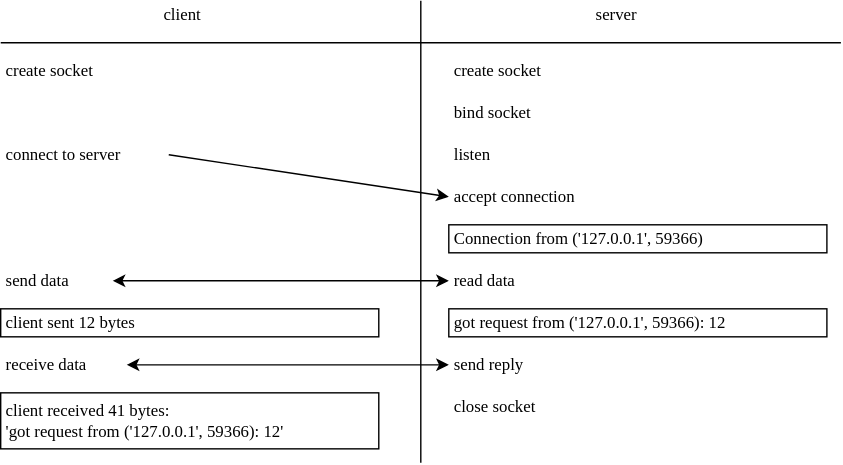
The draw.io diagram sdxpy/ftp/interaction.svg in gvwilson/thirdbit, before a commit. Source tidied: cells renumbered, new cells last; positions are measured from the earlier drawing's top-left corner, leaving out a move shared by most shapes. The source it was exported from:
```xml
<mxGraphModel>
  <root>
    <mxCell id="0" />
    <mxCell id="1" parent="0" />
    <mxCell id="2" value="&lt;font&gt;client sent 12 bytes&lt;/font&gt;" style="rounded=0;whiteSpace=wrap;html=1;align=left;spacingLeft=2;fontFamily=Verdana;" parent="1" vertex="1">
      <mxGeometry y="220" width="270" height="20" as="geometry" />
    </mxCell>
    <mxCell id="3" value="&lt;font&gt;client received 41 bytes:&lt;br&gt;'got request from ('127.0.0.1', 59366): 12'&lt;/font&gt;" style="rounded=0;whiteSpace=wrap;html=1;align=left;spacingLeft=2;fontFamily=Verdana;" parent="1" vertex="1">
      <mxGeometry y="280" width="270" height="40" as="geometry" />
    </mxCell>
    <mxCell id="4" value="&lt;font&gt;Connection from ('127.0.0.1', 59366)&lt;/font&gt;" style="rounded=0;whiteSpace=wrap;html=1;align=left;spacingLeft=2;fontFamily=Verdana;" parent="1" vertex="1">
      <mxGeometry x="320" y="160" width="270" height="20" as="geometry" />
    </mxCell>
    <mxCell id="5" value="&lt;font&gt;got request from ('127.0.0.1', 59366): 12&lt;/font&gt;" style="rounded=0;whiteSpace=wrap;html=1;align=left;spacingLeft=2;fontFamily=Verdana;" parent="1" vertex="1">
      <mxGeometry x="320" y="220" width="270" height="20" as="geometry" />
    </mxCell>
    <mxCell id="6" value="&lt;font&gt;server&lt;/font&gt;" style="text;html=1;strokeColor=none;fillColor=none;align=center;verticalAlign=middle;whiteSpace=wrap;rounded=0;spacingLeft=0;fontFamily=Verdana;" parent="1" vertex="1">
      <mxGeometry x="410" width="60" height="20" as="geometry" />
    </mxCell>
    <mxCell id="7" value="&lt;font&gt;client&lt;/font&gt;" style="text;html=1;strokeColor=none;fillColor=none;align=center;verticalAlign=middle;whiteSpace=wrap;rounded=0;spacingLeft=0;fontFamily=Verdana;" parent="1" vertex="1">
      <mxGeometry x="100" width="60" height="20" as="geometry" />
    </mxCell>
    <mxCell id="8" value="&lt;font&gt;create socket&lt;/font&gt;" style="text;html=1;strokeColor=none;fillColor=none;align=left;verticalAlign=middle;whiteSpace=wrap;rounded=0;spacingLeft=2;fontFamily=Verdana;" parent="1" vertex="1">
      <mxGeometry x="320" y="40" width="280" height="20" as="geometry" />
    </mxCell>
    <mxCell id="9" value="&lt;font&gt;bind socket&lt;/font&gt;" style="text;html=1;strokeColor=none;fillColor=none;align=left;verticalAlign=middle;whiteSpace=wrap;rounded=0;spacingLeft=2;fontFamily=Verdana;" parent="1" vertex="1">
      <mxGeometry x="320" y="70" width="280" height="20" as="geometry" />
    </mxCell>
    <mxCell id="10" value="&lt;font&gt;listen&lt;/font&gt;" style="text;html=1;strokeColor=none;fillColor=none;align=left;verticalAlign=middle;whiteSpace=wrap;rounded=0;spacingLeft=2;fontFamily=Verdana;" parent="1" vertex="1">
      <mxGeometry x="320" y="100" width="280" height="20" as="geometry" />
    </mxCell>
    <mxCell id="11" value="&lt;font&gt;accept connection&lt;/font&gt;" style="text;html=1;strokeColor=none;fillColor=none;align=left;verticalAlign=middle;whiteSpace=wrap;rounded=0;spacingLeft=2;fontFamily=Verdana;" parent="1" vertex="1">
      <mxGeometry x="320" y="130" width="280" height="20" as="geometry" />
    </mxCell>
    <mxCell id="12" value="&lt;font&gt;read data&lt;/font&gt;" style="text;html=1;strokeColor=none;fillColor=none;align=left;verticalAlign=middle;whiteSpace=wrap;rounded=0;spacingLeft=2;fontFamily=Verdana;" parent="1" vertex="1">
      <mxGeometry x="320" y="190" width="280" height="20" as="geometry" />
    </mxCell>
    <mxCell id="13" value="&lt;font&gt;send reply&lt;/font&gt;" style="text;html=1;strokeColor=none;fillColor=none;align=left;verticalAlign=middle;whiteSpace=wrap;rounded=0;spacingLeft=2;fontFamily=Verdana;" parent="1" vertex="1">
      <mxGeometry x="320" y="250" width="280" height="20" as="geometry" />
    </mxCell>
    <mxCell id="14" value="&lt;font&gt;close socket&lt;/font&gt;" style="text;html=1;strokeColor=none;fillColor=none;align=left;verticalAlign=middle;whiteSpace=wrap;rounded=0;spacingLeft=2;fontFamily=Verdana;" parent="1" vertex="1">
      <mxGeometry x="320" y="280" width="280" height="20" as="geometry" />
    </mxCell>
    <mxCell id="15" value="&lt;font&gt;create socket&lt;/font&gt;" style="text;html=1;strokeColor=none;fillColor=none;align=left;verticalAlign=middle;whiteSpace=wrap;rounded=0;spacingLeft=2;fontFamily=Verdana;" parent="1" vertex="1">
      <mxGeometry y="40" width="280" height="20" as="geometry" />
    </mxCell>
    <mxCell id="16" value="&lt;font&gt;connect to server&lt;/font&gt;" style="text;html=1;strokeColor=none;fillColor=none;align=left;verticalAlign=middle;whiteSpace=wrap;rounded=0;spacingLeft=2;fontFamily=Verdana;" parent="1" vertex="1">
      <mxGeometry y="100" width="120" height="20" as="geometry" />
    </mxCell>
    <mxCell id="17" value="&lt;font&gt;send data&lt;/font&gt;" style="text;html=1;strokeColor=none;fillColor=none;align=left;verticalAlign=middle;whiteSpace=wrap;rounded=0;spacingLeft=2;fontFamily=Verdana;" parent="1" vertex="1">
      <mxGeometry y="190" width="80" height="20" as="geometry" />
    </mxCell>
    <mxCell id="18" value="&lt;font&gt;receive data&lt;/font&gt;" style="text;html=1;strokeColor=none;fillColor=none;align=left;verticalAlign=middle;whiteSpace=wrap;rounded=0;spacingLeft=2;fontFamily=Verdana;" parent="1" vertex="1">
      <mxGeometry y="250" width="90" height="20" as="geometry" />
    </mxCell>
    <mxCell id="19" style="endArrow=none;html=1;rounded=0;fontFamily=Verdana;" parent="1" edge="1">
      <mxGeometry relative="1" as="geometry">
        <mxPoint y="30" as="sourcePoint" />
        <mxPoint x="600" y="30" as="targetPoint" />
      </mxGeometry>
    </mxCell>
    <mxCell id="20" style="endArrow=none;html=1;rounded=0;fontFamily=Verdana;" parent="1" edge="1">
      <mxGeometry relative="1" as="geometry">
        <mxPoint x="300" y="330" as="sourcePoint" />
        <mxPoint x="300" as="targetPoint" />
      </mxGeometry>
    </mxCell>
    <mxCell id="21" style="endArrow=classic;html=1;rounded=0;exitX=1;exitY=0.5;exitDx=0;exitDy=0;entryX=0;entryY=0.5;entryDx=0;entryDy=0;fontFamily=Verdana;" parent="1" edge="1" source="16" target="11">
      <mxGeometry relative="1" as="geometry" />
    </mxCell>
    <mxCell id="22" style="endArrow=classic;startArrow=classic;html=1;rounded=0;entryX=0;entryY=0.5;entryDx=0;entryDy=0;exitX=1;exitY=0.5;exitDx=0;exitDy=0;fontFamily=Verdana;" parent="1" edge="1" source="17" target="12">
      <mxGeometry relative="1" as="geometry" />
    </mxCell>
    <mxCell id="23" style="endArrow=classic;startArrow=classic;html=1;rounded=0;exitX=1;exitY=0.5;exitDx=0;exitDy=0;entryX=0;entryY=0.5;entryDx=0;entryDy=0;fontFamily=Verdana;" parent="1" edge="1" source="18" target="13">
      <mxGeometry relative="1" as="geometry" />
    </mxCell>
  </root>
</mxGraphModel>
```
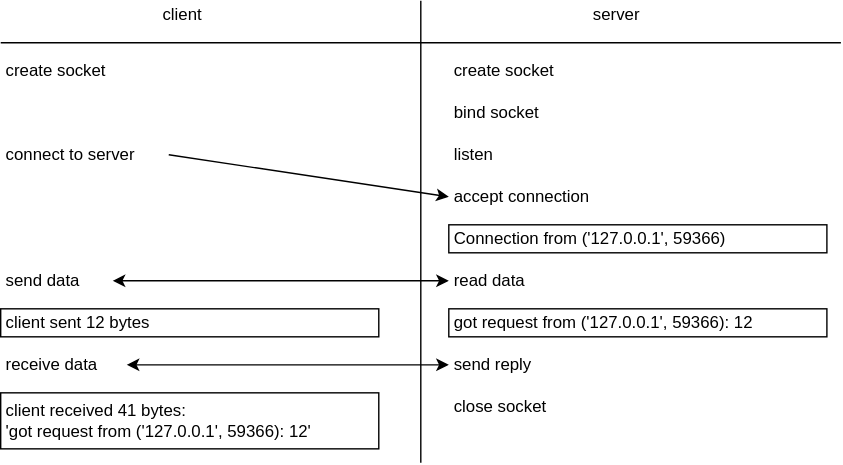
After the change.

The edit, as a diff of the source:
```diff
@@ -2,76 +2,76 @@
   <root>
     <mxCell id="0" />
     <mxCell id="1" parent="0" />
-    <mxCell id="2" value="&lt;font&gt;client sent 12 bytes&lt;/font&gt;" style="rounded=0;whiteSpace=wrap;html=1;align=left;spacingLeft=2;fontFamily=Verdana;" parent="1" vertex="1">
+    <mxCell id="2" value="&lt;font&gt;client sent 12 bytes&lt;/font&gt;" style="rounded=0;whiteSpace=wrap;html=1;align=left;spacingLeft=2;fontFamily=Helvetica;" parent="1" vertex="1">
       <mxGeometry y="220" width="270" height="20" as="geometry" />
     </mxCell>
-    <mxCell id="3" value="&lt;font&gt;client received 41 bytes:&lt;br&gt;'got request from ('127.0.0.1', 59366): 12'&lt;/font&gt;" style="rounded=0;whiteSpace=wrap;html=1;align=left;spacingLeft=2;fontFamily=Verdana;" parent="1" vertex="1">
+    <mxCell id="3" value="&lt;font&gt;client received 41 bytes:&lt;br&gt;'got request from ('127.0.0.1', 59366): 12'&lt;/font&gt;" style="rounded=0;whiteSpace=wrap;html=1;align=left;spacingLeft=2;fontFamily=Helvetica;" parent="1" vertex="1">
       <mxGeometry y="280" width="270" height="40" as="geometry" />
     </mxCell>
-    <mxCell id="4" value="&lt;font&gt;Connection from ('127.0.0.1', 59366)&lt;/font&gt;" style="rounded=0;whiteSpace=wrap;html=1;align=left;spacingLeft=2;fontFamily=Verdana;" parent="1" vertex="1">
+    <mxCell id="4" value="&lt;font&gt;Connection from ('127.0.0.1', 59366)&lt;/font&gt;" style="rounded=0;whiteSpace=wrap;html=1;align=left;spacingLeft=2;fontFamily=Helvetica;" parent="1" vertex="1">
       <mxGeometry x="320" y="160" width="270" height="20" as="geometry" />
     </mxCell>
-    <mxCell id="5" value="&lt;font&gt;got request from ('127.0.0.1', 59366): 12&lt;/font&gt;" style="rounded=0;whiteSpace=wrap;html=1;align=left;spacingLeft=2;fontFamily=Verdana;" parent="1" vertex="1">
+    <mxCell id="5" value="&lt;font&gt;got request from ('127.0.0.1', 59366): 12&lt;/font&gt;" style="rounded=0;whiteSpace=wrap;html=1;align=left;spacingLeft=2;fontFamily=Helvetica;" parent="1" vertex="1">
       <mxGeometry x="320" y="220" width="270" height="20" as="geometry" />
     </mxCell>
-    <mxCell id="6" value="&lt;font&gt;server&lt;/font&gt;" style="text;html=1;strokeColor=none;fillColor=none;align=center;verticalAlign=middle;whiteSpace=wrap;rounded=0;spacingLeft=0;fontFamily=Verdana;" parent="1" vertex="1">
+    <mxCell id="6" value="&lt;font&gt;server&lt;/font&gt;" style="text;html=1;strokeColor=none;fillColor=none;align=center;verticalAlign=middle;whiteSpace=wrap;rounded=0;spacingLeft=0;fontFamily=Helvetica;" parent="1" vertex="1">
       <mxGeometry x="410" width="60" height="20" as="geometry" />
     </mxCell>
-    <mxCell id="7" value="&lt;font&gt;client&lt;/font&gt;" style="text;html=1;strokeColor=none;fillColor=none;align=center;verticalAlign=middle;whiteSpace=wrap;rounded=0;spacingLeft=0;fontFamily=Verdana;" parent="1" vertex="1">
+    <mxCell id="7" value="&lt;font&gt;client&lt;/font&gt;" style="text;html=1;strokeColor=none;fillColor=none;align=center;verticalAlign=middle;whiteSpace=wrap;rounded=0;spacingLeft=0;fontFamily=Helvetica;" parent="1" vertex="1">
       <mxGeometry x="100" width="60" height="20" as="geometry" />
     </mxCell>
-    <mxCell id="8" value="&lt;font&gt;create socket&lt;/font&gt;" style="text;html=1;strokeColor=none;fillColor=none;align=left;verticalAlign=middle;whiteSpace=wrap;rounded=0;spacingLeft=2;fontFamily=Verdana;" parent="1" vertex="1">
+    <mxCell id="8" value="&lt;font&gt;create socket&lt;/font&gt;" style="text;html=1;strokeColor=none;fillColor=none;align=left;verticalAlign=middle;whiteSpace=wrap;rounded=0;spacingLeft=2;fontFamily=Helvetica;" parent="1" vertex="1">
       <mxGeometry x="320" y="40" width="280" height="20" as="geometry" />
     </mxCell>
-    <mxCell id="9" value="&lt;font&gt;bind socket&lt;/font&gt;" style="text;html=1;strokeColor=none;fillColor=none;align=left;verticalAlign=middle;whiteSpace=wrap;rounded=0;spacingLeft=2;fontFamily=Verdana;" parent="1" vertex="1">
+    <mxCell id="9" value="&lt;font&gt;bind socket&lt;/font&gt;" style="text;html=1;strokeColor=none;fillColor=none;align=left;verticalAlign=middle;whiteSpace=wrap;rounded=0;spacingLeft=2;fontFamily=Helvetica;" parent="1" vertex="1">
       <mxGeometry x="320" y="70" width="280" height="20" as="geometry" />
     </mxCell>
-    <mxCell id="10" value="&lt;font&gt;listen&lt;/font&gt;" style="text;html=1;strokeColor=none;fillColor=none;align=left;verticalAlign=middle;whiteSpace=wrap;rounded=0;spacingLeft=2;fontFamily=Verdana;" parent="1" vertex="1">
+    <mxCell id="10" value="&lt;font&gt;listen&lt;/font&gt;" style="text;html=1;strokeColor=none;fillColor=none;align=left;verticalAlign=middle;whiteSpace=wrap;rounded=0;spacingLeft=2;fontFamily=Helvetica;" parent="1" vertex="1">
       <mxGeometry x="320" y="100" width="280" height="20" as="geometry" />
     </mxCell>
-    <mxCell id="11" value="&lt;font&gt;accept connection&lt;/font&gt;" style="text;html=1;strokeColor=none;fillColor=none;align=left;verticalAlign=middle;whiteSpace=wrap;rounded=0;spacingLeft=2;fontFamily=Verdana;" parent="1" vertex="1">
+    <mxCell id="11" value="&lt;font&gt;accept connection&lt;/font&gt;" style="text;html=1;strokeColor=none;fillColor=none;align=left;verticalAlign=middle;whiteSpace=wrap;rounded=0;spacingLeft=2;fontFamily=Helvetica;" parent="1" vertex="1">
       <mxGeometry x="320" y="130" width="280" height="20" as="geometry" />
     </mxCell>
-    <mxCell id="12" value="&lt;font&gt;read data&lt;/font&gt;" style="text;html=1;strokeColor=none;fillColor=none;align=left;verticalAlign=middle;whiteSpace=wrap;rounded=0;spacingLeft=2;fontFamily=Verdana;" parent="1" vertex="1">
+    <mxCell id="12" value="&lt;font&gt;read data&lt;/font&gt;" style="text;html=1;strokeColor=none;fillColor=none;align=left;verticalAlign=middle;whiteSpace=wrap;rounded=0;spacingLeft=2;fontFamily=Helvetica;" parent="1" vertex="1">
       <mxGeometry x="320" y="190" width="280" height="20" as="geometry" />
     </mxCell>
-    <mxCell id="13" value="&lt;font&gt;send reply&lt;/font&gt;" style="text;html=1;strokeColor=none;fillColor=none;align=left;verticalAlign=middle;whiteSpace=wrap;rounded=0;spacingLeft=2;fontFamily=Verdana;" parent="1" vertex="1">
+    <mxCell id="13" value="&lt;font&gt;send reply&lt;/font&gt;" style="text;html=1;strokeColor=none;fillColor=none;align=left;verticalAlign=middle;whiteSpace=wrap;rounded=0;spacingLeft=2;fontFamily=Helvetica;" parent="1" vertex="1">
       <mxGeometry x="320" y="250" width="280" height="20" as="geometry" />
     </mxCell>
-    <mxCell id="14" value="&lt;font&gt;close socket&lt;/font&gt;" style="text;html=1;strokeColor=none;fillColor=none;align=left;verticalAlign=middle;whiteSpace=wrap;rounded=0;spacingLeft=2;fontFamily=Verdana;" parent="1" vertex="1">
+    <mxCell id="14" value="&lt;font&gt;close socket&lt;/font&gt;" style="text;html=1;strokeColor=none;fillColor=none;align=left;verticalAlign=middle;whiteSpace=wrap;rounded=0;spacingLeft=2;fontFamily=Helvetica;" parent="1" vertex="1">
       <mxGeometry x="320" y="280" width="280" height="20" as="geometry" />
     </mxCell>
-    <mxCell id="15" value="&lt;font&gt;create socket&lt;/font&gt;" style="text;html=1;strokeColor=none;fillColor=none;align=left;verticalAlign=middle;whiteSpace=wrap;rounded=0;spacingLeft=2;fontFamily=Verdana;" parent="1" vertex="1">
+    <mxCell id="15" value="&lt;font&gt;create socket&lt;/font&gt;" style="text;html=1;strokeColor=none;fillColor=none;align=left;verticalAlign=middle;whiteSpace=wrap;rounded=0;spacingLeft=2;fontFamily=Helvetica;" parent="1" vertex="1">
       <mxGeometry y="40" width="280" height="20" as="geometry" />
     </mxCell>
-    <mxCell id="16" value="&lt;font&gt;connect to server&lt;/font&gt;" style="text;html=1;strokeColor=none;fillColor=none;align=left;verticalAlign=middle;whiteSpace=wrap;rounded=0;spacingLeft=2;fontFamily=Verdana;" parent="1" vertex="1">
+    <mxCell id="16" value="&lt;font&gt;connect to server&lt;/font&gt;" style="text;html=1;strokeColor=none;fillColor=none;align=left;verticalAlign=middle;whiteSpace=wrap;rounded=0;spacingLeft=2;fontFamily=Helvetica;" parent="1" vertex="1">
       <mxGeometry y="100" width="120" height="20" as="geometry" />
     </mxCell>
-    <mxCell id="17" value="&lt;font&gt;send data&lt;/font&gt;" style="text;html=1;strokeColor=none;fillColor=none;align=left;verticalAlign=middle;whiteSpace=wrap;rounded=0;spacingLeft=2;fontFamily=Verdana;" parent="1" vertex="1">
+    <mxCell id="17" value="&lt;font&gt;send data&lt;/font&gt;" style="text;html=1;strokeColor=none;fillColor=none;align=left;verticalAlign=middle;whiteSpace=wrap;rounded=0;spacingLeft=2;fontFamily=Helvetica;" parent="1" vertex="1">
       <mxGeometry y="190" width="80" height="20" as="geometry" />
     </mxCell>
-    <mxCell id="18" value="&lt;font&gt;receive data&lt;/font&gt;" style="text;html=1;strokeColor=none;fillColor=none;align=left;verticalAlign=middle;whiteSpace=wrap;rounded=0;spacingLeft=2;fontFamily=Verdana;" parent="1" vertex="1">
+    <mxCell id="18" value="&lt;font&gt;receive data&lt;/font&gt;" style="text;html=1;strokeColor=none;fillColor=none;align=left;verticalAlign=middle;whiteSpace=wrap;rounded=0;spacingLeft=2;fontFamily=Helvetica;" parent="1" vertex="1">
       <mxGeometry y="250" width="90" height="20" as="geometry" />
     </mxCell>
-    <mxCell id="19" style="endArrow=none;html=1;rounded=0;fontFamily=Verdana;" parent="1" edge="1">
+    <mxCell id="19" style="endArrow=none;html=1;rounded=0;fontFamily=Helvetica;" parent="1" edge="1">
       <mxGeometry relative="1" as="geometry">
         <mxPoint y="30" as="sourcePoint" />
         <mxPoint x="600" y="30" as="targetPoint" />
       </mxGeometry>
     </mxCell>
-    <mxCell id="20" style="endArrow=none;html=1;rounded=0;fontFamily=Verdana;" parent="1" edge="1">
+    <mxCell id="20" style="endArrow=none;html=1;rounded=0;fontFamily=Helvetica;" parent="1" edge="1">
       <mxGeometry relative="1" as="geometry">
         <mxPoint x="300" y="330" as="sourcePoint" />
         <mxPoint x="300" as="targetPoint" />
       </mxGeometry>
     </mxCell>
-    <mxCell id="21" style="endArrow=classic;html=1;rounded=0;exitX=1;exitY=0.5;exitDx=0;exitDy=0;entryX=0;entryY=0.5;entryDx=0;entryDy=0;fontFamily=Verdana;" parent="1" edge="1" source="16" target="11">
+    <mxCell id="21" style="endArrow=classic;html=1;rounded=0;exitX=1;exitY=0.5;exitDx=0;exitDy=0;entryX=0;entryY=0.5;entryDx=0;entryDy=0;fontFamily=Helvetica;" parent="1" edge="1" source="16" target="11">
       <mxGeometry relative="1" as="geometry" />
     </mxCell>
-    <mxCell id="22" style="endArrow=classic;startArrow=classic;html=1;rounded=0;entryX=0;entryY=0.5;entryDx=0;entryDy=0;exitX=1;exitY=0.5;exitDx=0;exitDy=0;fontFamily=Verdana;" parent="1" edge="1" source="17" target="12">
+    <mxCell id="22" style="endArrow=classic;startArrow=classic;html=1;rounded=0;entryX=0;entryY=0.5;entryDx=0;entryDy=0;exitX=1;exitY=0.5;exitDx=0;exitDy=0;fontFamily=Helvetica;" parent="1" edge="1" source="17" target="12">
       <mxGeometry relative="1" as="geometry" />
     </mxCell>
-    <mxCell id="23" style="endArrow=classic;startArrow=classic;html=1;rounded=0;exitX=1;exitY=0.5;exitDx=0;exitDy=0;entryX=0;entryY=0.5;entryDx=0;entryDy=0;fontFamily=Verdana;" parent="1" edge="1" source="18" target="13">
+    <mxCell id="23" style="endArrow=classic;startArrow=classic;html=1;rounded=0;exitX=1;exitY=0.5;exitDx=0;exitDy=0;entryX=0;entryY=0.5;entryDx=0;entryDy=0;fontFamily=Helvetica;" parent="1" edge="1" source="18" target="13">
       <mxGeometry relative="1" as="geometry" />
     </mxCell>
   </root>
```
